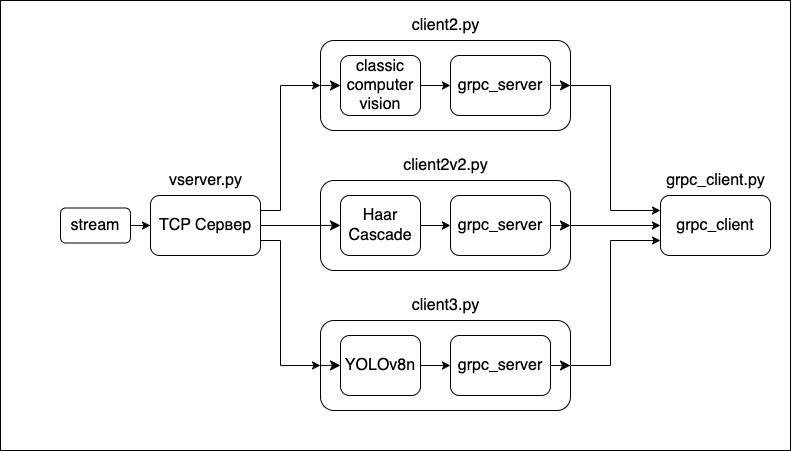
The draw.io diagram fpt/uf.png in mantesssa/foucault-pendulum-tracking, before a commit. Source tidied: cells renumbered, new cells last; positions are measured from the earlier drawing's top-left corner, leaving out a move shared by most shapes.
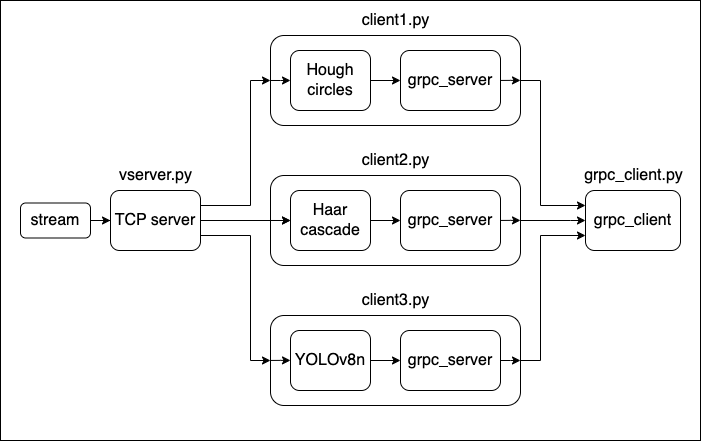
Later version of the same file.

What changed in the source:
```diff
@@ -2,17 +2,25 @@
   <root>
     <mxCell id="0" />
     <mxCell id="1" parent="0" />
-    <mxCell id="2" style="whiteSpace=wrap;html=1;" parent="1" vertex="1">
-      <mxGeometry width="790" height="450" as="geometry" />
-    </mxCell>
+    <mxCell id="36" style="rounded=0;whiteSpace=wrap;html=1;" parent="1" vertex="1">
+      <mxGeometry x="50" y="-135" width="700" height="440" as="geometry" />
+    </mxCell>
-    <mxCell id="3" style="edgeStyle=orthogonalEdgeStyle;rounded=0;jettySize=auto;html=1;" parent="1" edge="1" source="4" target="12">
+    <mxCell id="3" style="edgeStyle=orthogonalEdgeStyle;rounded=0;jettySize=auto;html=1;exitX=1;exitY=0.5;exitDx=0;exitDy=0;" parent="1" edge="1" source="39" target="12">
       <mxGeometry relative="1" as="geometry">
         <Array as="points">
-          <mxPoint x="610" y="85" />
-          <mxPoint x="610" y="210" />
+          <mxPoint x="590" y="-55" />
+          <mxPoint x="590" y="70" />
         </Array>
       </mxGeometry>
     </mxCell>
+    <mxCell id="37" style="edgeStyle=orthogonalEdgeStyle;rounded=0;jettySize=auto;html=1;entryX=0;entryY=0.5;entryDx=0;entryDy=0;" parent="1" edge="1" source="4" target="12">
+      <mxGeometry relative="1" as="geometry">
+        <Array as="points">
+          <mxPoint x="620" y="85" />
+          <mxPoint x="620" y="85" />
+        </Array>
+      </mxGeometry>
+    </mxCell>
     <mxCell id="4" style="rounded=1;whiteSpace=wrap;html=1;fillColor=default;fontSize=16;" parent="1" vertex="1">
       <mxGeometry x="320" y="40" width="250" height="90" as="geometry" />
     </mxCell>
@@ -20,39 +28,39 @@
       <mxGeometry relative="1" as="geometry" />
     </mxCell>
     <mxCell id="6" value="stream" style="rounded=1;whiteSpace=wrap;html=1;fontSize=16;" parent="1" vertex="1">
-      <mxGeometry x="60" y="207.5" width="70" height="35" as="geometry" />
+      <mxGeometry x="70" y="67.5" width="70" height="35" as="geometry" />
     </mxCell>
-    <mxCell id="7" style="edgeStyle=orthogonalEdgeStyle;rounded=0;jettySize=auto;html=1;" parent="1" edge="1" source="9" target="4">
+    <mxCell id="7" style="edgeStyle=orthogonalEdgeStyle;rounded=0;jettySize=auto;html=1;entryX=0;entryY=0.5;entryDx=0;entryDy=0;" parent="1" edge="1" source="9" target="39">
       <mxGeometry relative="1" as="geometry">
         <Array as="points">
-          <mxPoint x="280" y="210" />
-          <mxPoint x="280" y="85" />
+          <mxPoint x="300" y="70" />
+          <mxPoint x="300" y="-55" />
         </Array>
       </mxGeometry>
     </mxCell>
-    <mxCell id="8" style="edgeStyle=orthogonalEdgeStyle;rounded=0;jettySize=auto;html=1;" parent="1" edge="1" source="9" target="31">
-      <mxGeometry relative="1" as="geometry" />
-    </mxCell>
+    <mxCell id="38" style="edgeStyle=orthogonalEdgeStyle;rounded=0;jettySize=auto;html=1;" parent="1" edge="1" source="9" target="11">
+      <mxGeometry relative="1" as="geometry" />
+    </mxCell>
-    <mxCell id="9" value="TCP Сервер" style="rounded=1;whiteSpace=wrap;html=1;fontSize=16;" parent="1" vertex="1">
-      <mxGeometry x="150" y="195" width="110" height="60" as="geometry" />
+    <mxCell id="9" value="TCP server" style="rounded=1;whiteSpace=wrap;html=1;fontSize=16;" parent="1" vertex="1">
+      <mxGeometry x="160" y="55" width="90" height="60" as="geometry" />
     </mxCell>
     <mxCell id="10" style="edgeStyle=orthogonalEdgeStyle;rounded=0;jettySize=auto;html=1;" parent="1" edge="1" source="11" target="16">
       <mxGeometry relative="1" as="geometry" />
     </mxCell>
-    <mxCell id="11" value="classic computer vision" style="rounded=1;whiteSpace=wrap;html=1;fontSize=16;" parent="1" vertex="1">
+    <mxCell id="11" value="Haar&lt;div&gt;cascade&lt;/div&gt;" style="rounded=1;whiteSpace=wrap;html=1;fontSize=16;" parent="1" vertex="1">
       <mxGeometry x="340" y="55" width="80" height="60" as="geometry" />
     </mxCell>
     <mxCell id="12" value="grpc_client" style="rounded=1;whiteSpace=wrap;html=1;fontSize=16;" parent="1" vertex="1">
-      <mxGeometry x="660" y="195" width="110" height="60" as="geometry" />
+      <mxGeometry x="635" y="55" width="95" height="60" as="geometry" />
     </mxCell>
     <mxCell id="13" value="&lt;font style=&quot;font-size: 16px;&quot;&gt;vserver.py&lt;/font&gt;" style="text;html=1;align=center;verticalAlign=middle;strokeColor=none;fillColor=none;fontSize=16;" parent="1" vertex="1">
-      <mxGeometry x="155" y="165" width="100" height="30" as="geometry" />
+      <mxGeometry x="155" y="25" width="100" height="30" as="geometry" />
     </mxCell>
     <mxCell id="14" value="client2.py" style="text;html=1;align=center;verticalAlign=middle;strokeColor=none;fillColor=none;fontSize=16;" parent="1" vertex="1">
       <mxGeometry x="400" y="10" width="90" height="30" as="geometry" />
     </mxCell>
     <mxCell id="15" value="&lt;span style=&quot;text-wrap: wrap;&quot;&gt;grpc_client.py&lt;/span&gt;" style="text;html=1;align=center;verticalAlign=middle;strokeColor=none;fillColor=none;fontSize=16;" parent="1" vertex="1">
-      <mxGeometry x="655" y="165" width="120" height="30" as="geometry" />
+      <mxGeometry x="622.5" y="25" width="120" height="30" as="geometry" />
     </mxCell>
     <mxCell id="16" value="grpc_server" style="rounded=1;whiteSpace=wrap;html=1;fontSize=16;" parent="1" vertex="1">
       <mxGeometry x="450" y="55" width="100" height="60" as="geometry" />
@@ -60,53 +68,53 @@
     <mxCell id="17" style="edgeStyle=orthogonalEdgeStyle;rounded=0;jettySize=auto;html=1;" parent="1" edge="1" source="19" target="12">
       <mxGeometry relative="1" as="geometry">
         <Array as="points">
-          <mxPoint x="610" y="365" />
-          <mxPoint x="610" y="240" />
+          <mxPoint x="590" y="225" />
+          <mxPoint x="590" y="100" />
         </Array>
       </mxGeometry>
     </mxCell>
     <mxCell id="18" style="edgeStyle=orthogonalEdgeStyle;rounded=0;jettySize=auto;html=1;endArrow=none;endFill=0;startArrow=classic;startFill=1;" parent="1" edge="1" source="19" target="9">
       <mxGeometry relative="1" as="geometry">
         <Array as="points">
-          <mxPoint x="280" y="365" />
-          <mxPoint x="280" y="240" />
+          <mxPoint x="300" y="225" />
+          <mxPoint x="300" y="100" />
         </Array>
       </mxGeometry>
     </mxCell>
     <mxCell id="19" style="rounded=1;whiteSpace=wrap;html=1;fillColor=default;fontSize=16;" parent="1" vertex="1">
-      <mxGeometry x="320" y="320" width="250" height="90" as="geometry" />
+      <mxGeometry x="320" y="180" width="250" height="90" as="geometry" />
     </mxCell>
     <mxCell id="20" style="edgeStyle=orthogonalEdgeStyle;rounded=0;jettySize=auto;html=1;" parent="1" edge="1" source="21" target="23">
       <mxGeometry relative="1" as="geometry" />
     </mxCell>
     <mxCell id="21" value="YOLOv8n" style="rounded=1;whiteSpace=wrap;html=1;fontSize=16;" parent="1" vertex="1">
-      <mxGeometry x="340" y="335" width="80" height="60" as="geometry" />
+      <mxGeometry x="340" y="195" width="80" height="60" as="geometry" />
     </mxCell>
     <mxCell id="22" value="client3.py" style="text;html=1;align=center;verticalAlign=middle;strokeColor=none;fillColor=none;fontSize=16;" parent="1" vertex="1">
-      <mxGeometry x="400" y="290" width="90" height="30" as="geometry" />
+      <mxGeometry x="400" y="150" width="90" height="30" as="geometry" />
     </mxCell>
     <mxCell id="23" value="grpc_server" style="rounded=1;whiteSpace=wrap;html=1;fontSize=16;" parent="1" vertex="1">
-      <mxGeometry x="450" y="335" width="100" height="60" as="geometry" />
+      <mxGeometry x="450" y="195" width="100" height="60" as="geometry" />
     </mxCell>
-    <mxCell id="24" style="edgeStyle=segmentEdgeStyle;endArrow=classic;html=1;curved=0;rounded=0;endSize=8;startSize=8;sourcePerimeterSpacing=0;targetPerimeterSpacing=0;exitX=1;exitY=0.5;exitDx=0;exitDy=0;entryX=1;entryY=0.5;entryDx=0;entryDy=0;" parent="1" edge="1" source="23" target="19">
+    <mxCell id="24" style="edgeStyle=segmentEdgeStyle;endArrow=classic;html=1;curved=0;rounded=0;endSize=6;startSize=6;sourcePerimeterSpacing=0;targetPerimeterSpacing=0;exitX=1;exitY=0.5;exitDx=0;exitDy=0;entryX=1;entryY=0.5;entryDx=0;entryDy=0;" parent="1" edge="1" source="23" target="19">
       <mxGeometry relative="1" as="geometry">
         <Array as="points">
-          <mxPoint x="560" y="365" />
-          <mxPoint x="560" y="365" />
+          <mxPoint x="560" y="225" />
+          <mxPoint x="560" y="225" />
         </Array>
       </mxGeometry>
     </mxCell>
-    <mxCell id="25" style="edgeStyle=segmentEdgeStyle;endArrow=classic;html=1;curved=0;rounded=0;endSize=8;startSize=8;sourcePerimeterSpacing=0;targetPerimeterSpacing=0;exitX=1;exitY=0.5;exitDx=0;exitDy=0;entryX=1;entryY=0.5;entryDx=0;entryDy=0;" parent="1" edge="1">
+    <mxCell id="25" style="edgeStyle=segmentEdgeStyle;endArrow=classic;html=1;curved=0;rounded=0;endSize=6;startSize=6;sourcePerimeterSpacing=0;targetPerimeterSpacing=0;exitX=1;exitY=0.5;exitDx=0;exitDy=0;entryX=1;entryY=0.5;entryDx=0;entryDy=0;" parent="1" edge="1">
       <mxGeometry relative="1" as="geometry">
-        <mxPoint x="320" y="364.9" as="sourcePoint" />
-        <mxPoint x="340" y="364.9" as="targetPoint" />
+        <mxPoint x="320" y="224.9" as="sourcePoint" />
+        <mxPoint x="340" y="224.9" as="targetPoint" />
         <Array as="points">
-          <mxPoint x="330" y="364.9" />
-          <mxPoint x="330" y="364.9" />
+          <mxPoint x="330" y="224.9" />
+          <mxPoint x="330" y="224.9" />
         </Array>
       </mxGeometry>
     </mxCell>
-    <mxCell id="26" style="edgeStyle=segmentEdgeStyle;endArrow=classic;html=1;curved=0;rounded=0;endSize=8;startSize=8;sourcePerimeterSpacing=0;targetPerimeterSpacing=0;exitX=1;exitY=0.5;exitDx=0;exitDy=0;entryX=1;entryY=0.5;entryDx=0;entryDy=0;" parent="1" edge="1">
+    <mxCell id="26" style="edgeStyle=segmentEdgeStyle;endArrow=classic;html=1;curved=0;rounded=0;endSize=6;startSize=6;sourcePerimeterSpacing=0;targetPerimeterSpacing=0;exitX=1;exitY=0.5;exitDx=0;exitDy=0;entryX=1;entryY=0.5;entryDx=0;entryDy=0;" parent="1" edge="1">
       <mxGeometry relative="1" as="geometry">
         <mxPoint x="320" y="85" as="sourcePoint" />
         <mxPoint x="340" y="85" as="targetPoint" />
@@ -116,7 +124,7 @@
         </Array>
       </mxGeometry>
     </mxCell>
-    <mxCell id="27" style="edgeStyle=segmentEdgeStyle;endArrow=classic;html=1;curved=0;rounded=0;endSize=8;startSize=8;sourcePerimeterSpacing=0;targetPerimeterSpacing=0;exitX=1;exitY=0.5;exitDx=0;exitDy=0;entryX=1;entryY=0.5;entryDx=0;entryDy=0;" parent="1" edge="1">
+    <mxCell id="27" style="edgeStyle=segmentEdgeStyle;endArrow=classic;html=1;curved=0;rounded=0;endSize=6;startSize=6;sourcePerimeterSpacing=0;targetPerimeterSpacing=0;exitX=1;exitY=0.5;exitDx=0;exitDy=0;entryX=1;entryY=0.5;entryDx=0;entryDy=0;" parent="1" edge="1">
       <mxGeometry relative="1" as="geometry">
         <mxPoint x="550" y="84.9" as="sourcePoint" />
         <mxPoint x="570" y="84.9" as="targetPoint" />
@@ -126,41 +134,40 @@
         </Array>
       </mxGeometry>
     </mxCell>
-    <mxCell id="28" style="edgeStyle=orthogonalEdgeStyle;rounded=0;jettySize=auto;html=1;" parent="1" edge="1" source="29" target="12">
-      <mxGeometry relative="1" as="geometry" />
-    </mxCell>
-    <mxCell id="29" style="rounded=1;whiteSpace=wrap;html=1;fillColor=default;fontSize=16;" parent="1" vertex="1">
-      <mxGeometry x="320" y="180" width="250" height="90" as="geometry" />
-    </mxCell>
-    <mxCell id="30" style="edgeStyle=orthogonalEdgeStyle;rounded=0;jettySize=auto;html=1;" parent="1" edge="1" source="31" target="33">
-      <mxGeometry relative="1" as="geometry" />
-    </mxCell>
-    <mxCell id="31" value="Haar Cascade" style="rounded=1;whiteSpace=wrap;html=1;fontSize=16;" parent="1" vertex="1">
-      <mxGeometry x="340" y="195" width="80" height="60" as="geometry" />
-    </mxCell>
-    <mxCell id="32" value="client2v2.py" style="text;html=1;align=center;verticalAlign=middle;strokeColor=none;fillColor=none;fontSize=16;" parent="1" vertex="1">
-      <mxGeometry x="390" y="150" width="110" height="30" as="geometry" />
-    </mxCell>
+    <mxCell id="39" style="rounded=1;whiteSpace=wrap;html=1;fillColor=default;fontSize=16;" parent="1" vertex="1">
+      <mxGeometry x="320" y="-100" width="250" height="90" as="geometry" />
+    </mxCell>
+    <mxCell id="40" style="edgeStyle=orthogonalEdgeStyle;rounded=0;jettySize=auto;html=1;" parent="1" edge="1" source="41" target="33">
+      <mxGeometry relative="1" as="geometry" />
+    </mxCell>
+    <mxCell id="41" value="Hough circles" style="rounded=1;whiteSpace=wrap;html=1;fontSize=16;" parent="1" vertex="1">
+      <mxGeometry x="340" y="-85" width="80" height="60" as="geometry" />
+    </mxCell>
+    <mxCell id="42" value="client1.py" style="text;html=1;align=center;verticalAlign=middle;strokeColor=none;fillColor=none;fontSize=16;" parent="1" vertex="1">
+      <mxGeometry x="400" y="-130" width="90" height="30" as="geometry" />
+    </mxCell>
     <mxCell id="33" value="grpc_server" style="rounded=1;whiteSpace=wrap;html=1;fontSize=16;" parent="1" vertex="1">
-      <mxGeometry x="450" y="195" width="100" height="60" as="geometry" />
+      <mxGeometry x="450" y="-85" width="100" height="60" as="geometry" />
     </mxCell>
-    <mxCell id="34" style="edgeStyle=segmentEdgeStyle;endArrow=classic;html=1;curved=0;rounded=0;endSize=8;startSize=8;sourcePerimeterSpacing=0;targetPerimeterSpacing=0;exitX=1;exitY=0.5;exitDx=0;exitDy=0;entryX=1;entryY=0.5;entryDx=0;entryDy=0;" parent="1" edge="1" source="33" target="29">
-      <mxGeometry relative="1" as="geometry">
-        <Array as="points">
-          <mxPoint x="560" y="225" />
-          <mxPoint x="560" y="225" />
-        </Array>
-      </mxGeometry>
-    </mxCell>
-    <mxCell id="35" style="edgeStyle=segmentEdgeStyle;endArrow=classic;html=1;curved=0;rounded=0;endSize=8;startSize=8;sourcePerimeterSpacing=0;targetPerimeterSpacing=0;exitX=1;exitY=0.5;exitDx=0;exitDy=0;entryX=1;entryY=0.5;entryDx=0;entryDy=0;" parent="1" edge="1">
-      <mxGeometry relative="1" as="geometry">
-        <mxPoint x="320" y="224.9" as="sourcePoint" />
-        <mxPoint x="340" y="224.9" as="targetPoint" />
-        <Array as="points">
-          <mxPoint x="330" y="224.9" />
-          <mxPoint x="330" y="224.9" />
-        </Array>
-      </mxGeometry>
-    </mxCell>
+    <mxCell id="43" style="edgeStyle=segmentEdgeStyle;endArrow=classic;html=1;curved=0;rounded=0;endSize=6;startSize=6;sourcePerimeterSpacing=0;targetPerimeterSpacing=0;exitX=1;exitY=0.5;exitDx=0;exitDy=0;entryX=1;entryY=0.5;entryDx=0;entryDy=0;" parent="1" edge="1">
+      <mxGeometry relative="1" as="geometry">
+        <mxPoint x="320" y="-55" as="sourcePoint" />
+        <mxPoint x="340" y="-55" as="targetPoint" />
+        <Array as="points">
+          <mxPoint x="330" y="-55" />
+          <mxPoint x="330" y="-55" />
+        </Array>
+      </mxGeometry>
+    </mxCell>
+    <mxCell id="44" style="edgeStyle=segmentEdgeStyle;endArrow=classic;html=1;curved=0;rounded=0;endSize=6;startSize=6;sourcePerimeterSpacing=0;targetPerimeterSpacing=0;exitX=1;exitY=0.5;exitDx=0;exitDy=0;entryX=1;entryY=0.5;entryDx=0;entryDy=0;" parent="1" edge="1">
+      <mxGeometry relative="1" as="geometry">
+        <mxPoint x="550" y="-55.1" as="sourcePoint" />
+        <mxPoint x="570" y="-55.1" as="targetPoint" />
+        <Array as="points">
+          <mxPoint x="560" y="-55.1" />
+          <mxPoint x="560" y="-55.1" />
+        </Array>
+      </mxGeometry>
+    </mxCell>
   </root>
 </mxGraphModel>
```
